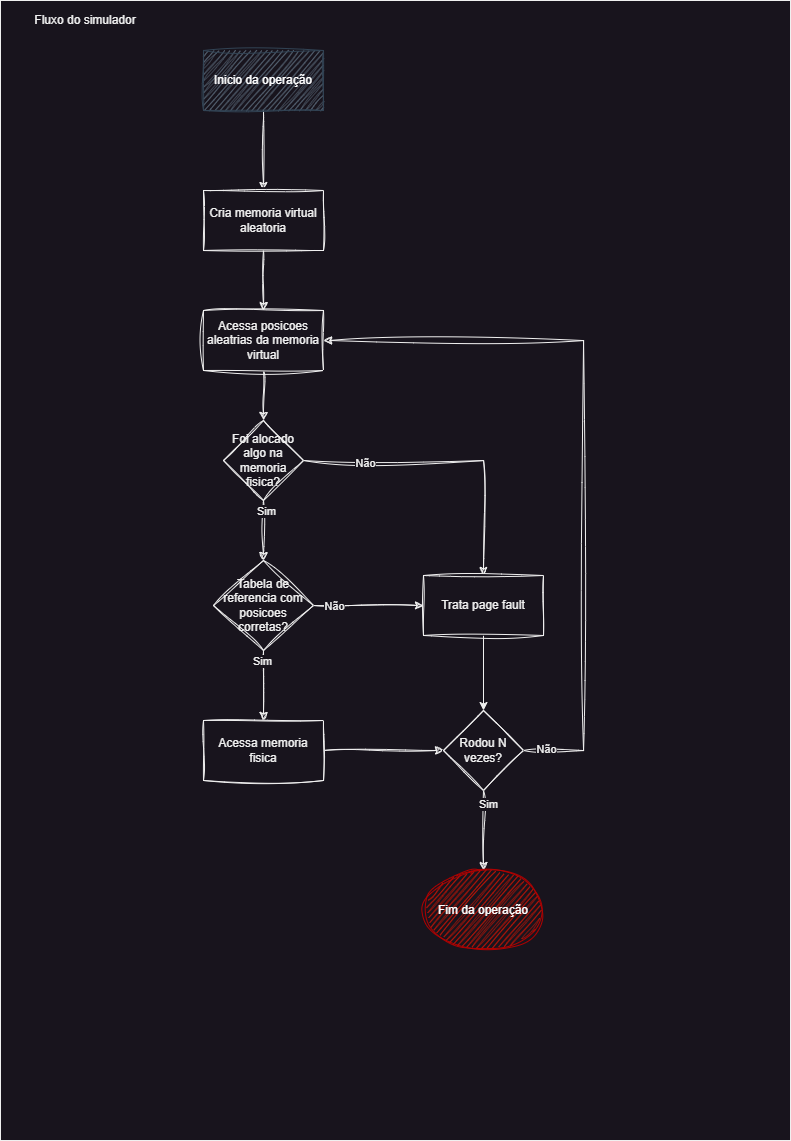
Before: docs/diagrama_simulador.png, a diagram exported from draw.io (chicosbg/Simulador-Gerenciador-de-Memoria). Source tidied: cells renumbered, new cells last; positions are measured from the earlier drawing's top-left corner, leaving out a move shared by most shapes. Its diagram source:
```xml
<mxGraphModel>
  <root>
    <mxCell id="0" />
    <mxCell id="1" parent="0" />
    <mxCell id="2" style="rounded=0;whiteSpace=wrap;html=1;fillColor=none;" parent="1" vertex="1">
      <mxGeometry width="790" height="1140" as="geometry" />
    </mxCell>
    <mxCell id="3" style="edgeStyle=orthogonalEdgeStyle;rounded=0;jettySize=auto;html=1;sketch=1;curveFitting=1;jiggle=2;" parent="1" edge="1" source="4" target="6">
      <mxGeometry relative="1" as="geometry" />
    </mxCell>
    <mxCell id="4" value="Inicio da operação" style="rounded=0;whiteSpace=wrap;html=1;fillColor=#647687;fontColor=#ffffff;strokeColor=#314354;sketch=1;curveFitting=1;jiggle=2;" parent="1" vertex="1">
      <mxGeometry x="203" y="50" width="120" height="60" as="geometry" />
    </mxCell>
    <mxCell id="5" style="edgeStyle=orthogonalEdgeStyle;rounded=0;jettySize=auto;html=1;sketch=1;curveFitting=1;jiggle=2;" parent="1" edge="1" source="6" target="8">
      <mxGeometry relative="1" as="geometry" />
    </mxCell>
    <mxCell id="6" value="Cria memoria virtual aleatoria" style="rounded=0;whiteSpace=wrap;html=1;sketch=1;curveFitting=1;jiggle=2;" parent="1" vertex="1">
      <mxGeometry x="203" y="190" width="120" height="60" as="geometry" />
    </mxCell>
    <mxCell id="7" style="edgeStyle=orthogonalEdgeStyle;rounded=0;jettySize=auto;html=1;sketch=1;curveFitting=1;jiggle=2;" parent="1" edge="1" source="8" target="13">
      <mxGeometry relative="1" as="geometry" />
    </mxCell>
    <mxCell id="8" value="Acessa posicoes aleatrias da memoria virtual" style="rounded=0;whiteSpace=wrap;html=1;sketch=1;curveFitting=1;jiggle=2;" parent="1" vertex="1">
      <mxGeometry x="203" y="310" width="120" height="60" as="geometry" />
    </mxCell>
    <mxCell id="9" style="edgeStyle=orthogonalEdgeStyle;rounded=0;jettySize=auto;html=1;exitX=1;exitY=0.5;exitDx=0;exitDy=0;entryX=0.5;entryY=0;entryDx=0;entryDy=0;sketch=1;curveFitting=1;jiggle=2;" parent="1" edge="1" source="13" target="15">
      <mxGeometry relative="1" as="geometry" />
    </mxCell>
    <mxCell id="10" value="Não" style="edgeLabel;html=1;align=center;verticalAlign=middle;" parent="9" vertex="1">
      <mxGeometry x="-0.58" y="-2" relative="1" as="geometry" />
    </mxCell>
    <mxCell id="11" style="edgeStyle=orthogonalEdgeStyle;rounded=0;jettySize=auto;html=1;exitX=0.5;exitY=1;exitDx=0;exitDy=0;entryX=0.5;entryY=0;entryDx=0;entryDy=0;sketch=1;curveFitting=1;jiggle=2;" parent="1" edge="1" source="13" target="20">
      <mxGeometry relative="1" as="geometry" />
    </mxCell>
    <mxCell id="12" value="Sim" style="edgeLabel;html=1;align=center;verticalAlign=middle;" parent="11" vertex="1">
      <mxGeometry x="-0.66" y="2" relative="1" as="geometry" />
    </mxCell>
    <mxCell id="13" value="Foi alocado algo na memoria fisica?" style="rhombus;whiteSpace=wrap;html=1;rounded=0;sketch=1;curveFitting=1;jiggle=2;" parent="1" vertex="1">
      <mxGeometry x="223" y="420" width="80" height="80" as="geometry" />
    </mxCell>
    <mxCell id="14" style="edgeStyle=orthogonalEdgeStyle;rounded=0;jettySize=auto;html=1;exitX=0.5;exitY=1;exitDx=0;exitDy=0;entryX=0.5;entryY=0;entryDx=0;entryDy=0;" parent="1" edge="1" source="15" target="27">
      <mxGeometry relative="1" as="geometry" />
    </mxCell>
    <mxCell id="15" value="Trata page fault" style="rounded=0;whiteSpace=wrap;html=1;sketch=1;curveFitting=1;jiggle=2;" parent="1" vertex="1">
      <mxGeometry x="423" y="575" width="120" height="60" as="geometry" />
    </mxCell>
    <mxCell id="16" style="edgeStyle=orthogonalEdgeStyle;rounded=0;jettySize=auto;html=1;exitX=1;exitY=0.5;exitDx=0;exitDy=0;entryX=0;entryY=0.5;entryDx=0;entryDy=0;sketch=1;curveFitting=1;jiggle=2;" parent="1" edge="1" source="20" target="15">
      <mxGeometry relative="1" as="geometry" />
    </mxCell>
    <mxCell id="17" value="Não" style="edgeLabel;html=1;align=center;verticalAlign=middle;" parent="16" vertex="1">
      <mxGeometry x="-0.84" y="-3" relative="1" as="geometry">
        <mxPoint x="11" y="-3" as="offset" />
      </mxGeometry>
    </mxCell>
    <mxCell id="18" style="edgeStyle=orthogonalEdgeStyle;rounded=0;jettySize=auto;html=1;exitX=0.5;exitY=1;exitDx=0;exitDy=0;entryX=0.5;entryY=0;entryDx=0;entryDy=0;sketch=1;curveFitting=1;jiggle=2;" parent="1" edge="1" source="20" target="22">
      <mxGeometry relative="1" as="geometry" />
    </mxCell>
    <mxCell id="19" value="Sim" style="edgeLabel;html=1;align=center;verticalAlign=middle;" parent="18" vertex="1">
      <mxGeometry x="-0.71" y="-2" relative="1" as="geometry" />
    </mxCell>
    <mxCell id="20" value="Tabela de referencia com posicoes corretas?" style="rhombus;whiteSpace=wrap;html=1;rounded=0;sketch=1;curveFitting=1;jiggle=2;" parent="1" vertex="1">
      <mxGeometry x="213" y="560" width="100" height="90" as="geometry" />
    </mxCell>
    <mxCell id="21" style="edgeStyle=orthogonalEdgeStyle;rounded=0;jettySize=auto;html=1;exitX=1;exitY=0.5;exitDx=0;exitDy=0;entryX=0;entryY=0.5;entryDx=0;entryDy=0;sketch=1;curveFitting=1;jiggle=2;" parent="1" edge="1" source="22" target="27">
      <mxGeometry relative="1" as="geometry" />
    </mxCell>
    <mxCell id="22" value="Acessa memoria fisica" style="rounded=0;whiteSpace=wrap;html=1;sketch=1;curveFitting=1;jiggle=2;" parent="1" vertex="1">
      <mxGeometry x="203" y="720" width="120" height="60" as="geometry" />
    </mxCell>
    <mxCell id="23" style="edgeStyle=orthogonalEdgeStyle;rounded=0;jettySize=auto;html=1;exitX=1;exitY=0.5;exitDx=0;exitDy=0;entryX=1;entryY=0.5;entryDx=0;entryDy=0;sketch=1;curveFitting=1;jiggle=2;" parent="1" edge="1" source="27" target="8">
      <mxGeometry relative="1" as="geometry">
        <Array as="points">
          <mxPoint x="583" y="750" />
          <mxPoint x="583" y="340" />
        </Array>
      </mxGeometry>
    </mxCell>
    <mxCell id="24" value="Não" style="edgeLabel;html=1;align=center;verticalAlign=middle;" parent="23" vertex="1">
      <mxGeometry x="-0.94" y="2" relative="1" as="geometry" />
    </mxCell>
    <mxCell id="25" style="edgeStyle=orthogonalEdgeStyle;rounded=0;jettySize=auto;html=1;exitX=0.5;exitY=1;exitDx=0;exitDy=0;entryX=0.5;entryY=0;entryDx=0;entryDy=0;sketch=1;curveFitting=1;jiggle=2;" parent="1" edge="1" source="27" target="28">
      <mxGeometry relative="1" as="geometry" />
    </mxCell>
    <mxCell id="26" value="Sim" style="edgeLabel;html=1;align=center;verticalAlign=middle;" parent="25" vertex="1">
      <mxGeometry x="-0.68" y="4" relative="1" as="geometry" />
    </mxCell>
    <mxCell id="27" value="Rodou N vezes?" style="rhombus;whiteSpace=wrap;html=1;rounded=0;sketch=1;curveFitting=1;jiggle=2;" parent="1" vertex="1">
      <mxGeometry x="443" y="710" width="80" height="80" as="geometry" />
    </mxCell>
    <mxCell id="28" value="Fim da operação" style="ellipse;whiteSpace=wrap;html=1;fillColor=#e51400;fontColor=#ffffff;strokeColor=#B20000;sketch=1;curveFitting=1;jiggle=2;" parent="1" vertex="1">
      <mxGeometry x="423" y="870" width="120" height="80" as="geometry" />
    </mxCell>
    <mxCell id="29" value="Fluxo do simulador" style="text;html=1;align=center;verticalAlign=middle;whiteSpace=wrap;rounded=0;" parent="1" vertex="1">
      <mxGeometry x="10" y="10" width="150" height="20" as="geometry" />
    </mxCell>
  </root>
</mxGraphModel>
```
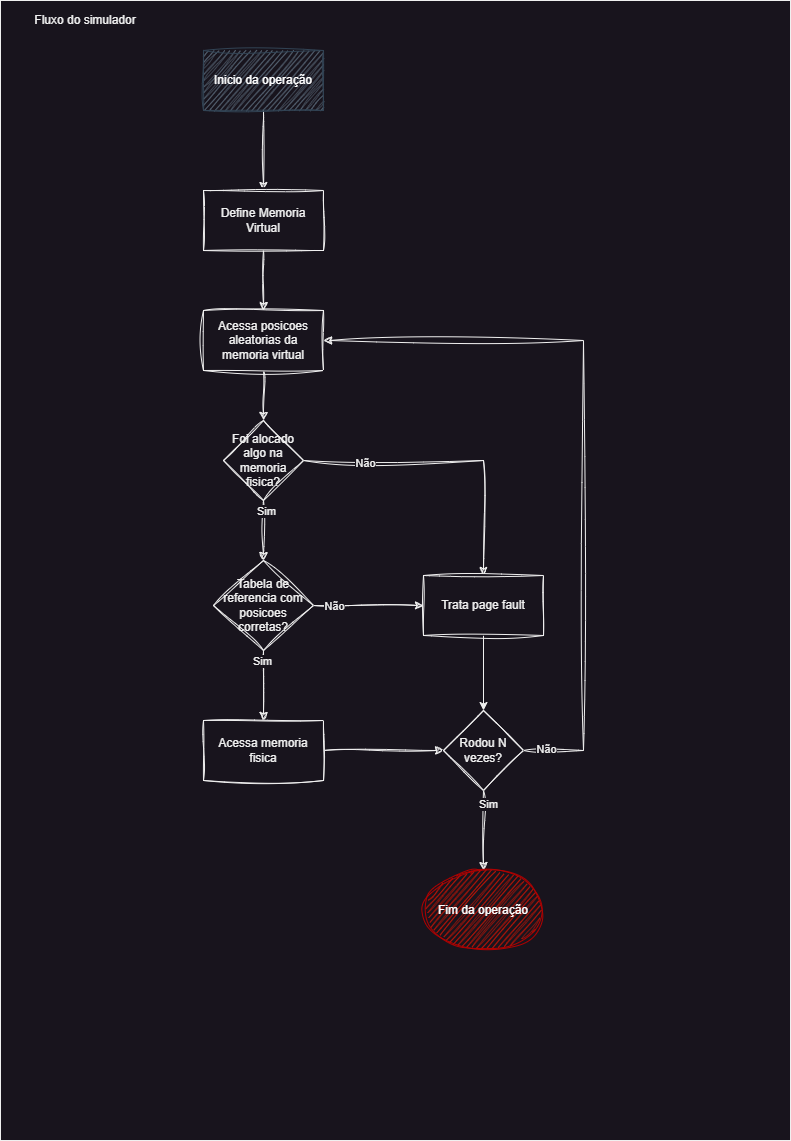
Later version of the same file.

Diff of the diagram source:
```diff
@@ -14,13 +14,13 @@
     <mxCell id="5" style="edgeStyle=orthogonalEdgeStyle;rounded=0;jettySize=auto;html=1;sketch=1;curveFitting=1;jiggle=2;" parent="1" edge="1" source="6" target="8">
       <mxGeometry relative="1" as="geometry" />
     </mxCell>
-    <mxCell id="6" value="Cria memoria virtual aleatoria" style="rounded=0;whiteSpace=wrap;html=1;sketch=1;curveFitting=1;jiggle=2;" parent="1" vertex="1">
+    <mxCell id="6" value="Define Memoria Virtual" style="rounded=0;whiteSpace=wrap;html=1;sketch=1;curveFitting=1;jiggle=2;" parent="1" vertex="1">
       <mxGeometry x="203" y="190" width="120" height="60" as="geometry" />
     </mxCell>
     <mxCell id="7" style="edgeStyle=orthogonalEdgeStyle;rounded=0;jettySize=auto;html=1;sketch=1;curveFitting=1;jiggle=2;" parent="1" edge="1" source="8" target="13">
       <mxGeometry relative="1" as="geometry" />
     </mxCell>
-    <mxCell id="8" value="Acessa posicoes aleatrias da memoria virtual" style="rounded=0;whiteSpace=wrap;html=1;sketch=1;curveFitting=1;jiggle=2;" parent="1" vertex="1">
+    <mxCell id="8" value="Acessa posicoes aleatorias da memoria virtual" style="rounded=0;whiteSpace=wrap;html=1;sketch=1;curveFitting=1;jiggle=2;" parent="1" vertex="1">
       <mxGeometry x="203" y="310" width="120" height="60" as="geometry" />
     </mxCell>
     <mxCell id="9" style="edgeStyle=orthogonalEdgeStyle;rounded=0;jettySize=auto;html=1;exitX=1;exitY=0.5;exitDx=0;exitDy=0;entryX=0.5;entryY=0;entryDx=0;entryDy=0;sketch=1;curveFitting=1;jiggle=2;" parent="1" edge="1" source="13" target="15">
```
